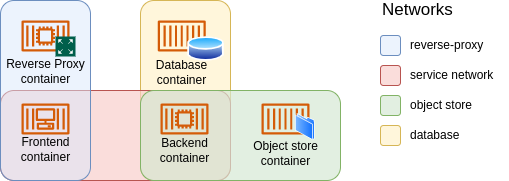
The draw.io diagram images/overlay-networks.png in mugartec/Swarm-Adventures, before a commit. Source tidied: cells renumbered, new cells last; positions are measured from the earlier drawing's top-left corner, leaving out a move shared by most shapes. Source of this version:
```xml
<mxGraphModel>
  <root>
    <mxCell id="0" />
    <mxCell id="1" parent="0" />
    <mxCell id="2" style="rounded=1;whiteSpace=wrap;html=1;fillColor=#fff2cc;strokeColor=#d6b656;fillOpacity=70;" parent="1" vertex="1">
      <mxGeometry x="140" width="90" height="180" as="geometry" />
    </mxCell>
    <mxCell id="3" style="rounded=1;whiteSpace=wrap;html=1;fillColor=#f8cecc;strokeColor=#b85450;fillOpacity=70;" parent="1" vertex="1">
      <mxGeometry y="90" width="230" height="90" as="geometry" />
    </mxCell>
    <mxCell id="4" style="group;" parent="1" vertex="1">
      <mxGeometry x="146.2" y="20" width="77.5" height="67" as="geometry" />
    </mxCell>
    <mxCell id="5" style="sketch=0;fontColor=#232F3E;gradientColor=none;fillColor=#D45B07;strokeColor=none;dashed=0;verticalLabelPosition=bottom;verticalAlign=top;align=center;html=1;fontSize=12;fontStyle=0;shape=mxgraph.aws4.container_1;" parent="4" vertex="1">
      <mxGeometry x="11" width="48" height="31" as="geometry" />
    </mxCell>
    <mxCell id="6" style="perimeter=ellipsePerimeter;html=1;align=center;shadow=0;dashed=0;spacingTop=3;image;image=img/lib/active_directory/database.svg;" parent="4" vertex="1">
      <mxGeometry x="41" y="15" width="36.5" height="27" as="geometry" />
    </mxCell>
    <mxCell id="7" value="Database&lt;br&gt;container" style="text;html=1;align=center;verticalAlign=middle;strokeColor=none;fillColor=none;" parent="4" vertex="1">
      <mxGeometry y="37" width="70" height="30" as="geometry" />
    </mxCell>
    <mxCell id="8" style="rounded=1;whiteSpace=wrap;html=1;fillColor=#dae8fc;strokeColor=#6c8ebf;fillOpacity=50;" parent="1" vertex="1">
      <mxGeometry width="90" height="180" as="geometry" />
    </mxCell>
    <mxCell id="9" style="group;fillOpacity=70;" parent="1" vertex="1">
      <mxGeometry y="20" width="90" height="66" as="geometry" />
    </mxCell>
    <mxCell id="10" style="sketch=0;fontColor=#232F3E;gradientColor=none;fillColor=#D45B07;strokeColor=none;dashed=0;verticalLabelPosition=bottom;verticalAlign=top;align=center;html=1;fontSize=12;fontStyle=0;shape=mxgraph.aws4.container_2;" parent="9" vertex="1">
      <mxGeometry x="21" width="48" height="31" as="geometry" />
    </mxCell>
    <mxCell id="11" style="sketch=0;shadow=0;dashed=0;html=1;strokeColor=none;fillColor=#005F4B;labelPosition=center;verticalLabelPosition=bottom;verticalAlign=top;align=center;shape=mxgraph.veeam2.network_proxy;" parent="9" vertex="1">
      <mxGeometry x="55" y="16" width="20" height="20" as="geometry" />
    </mxCell>
    <mxCell id="12" value="Reverse Proxy&lt;br&gt;container" style="text;html=1;align=center;verticalAlign=middle;strokeColor=none;fillColor=none;" parent="9" vertex="1">
      <mxGeometry y="36" width="90" height="30" as="geometry" />
    </mxCell>
    <mxCell id="13" style="group;" parent="1" vertex="1">
      <mxGeometry x="15" y="103" width="60" height="61" as="geometry" />
    </mxCell>
    <mxCell id="14" value="Frontend&lt;br&gt;container" style="text;html=1;align=center;verticalAlign=middle;strokeColor=none;fillColor=none;" parent="13" vertex="1">
      <mxGeometry y="31" width="60" height="30" as="geometry" />
    </mxCell>
    <mxCell id="15" style="sketch=0;fontColor=#232F3E;gradientColor=none;fillColor=#D45B07;strokeColor=none;dashed=0;verticalLabelPosition=bottom;verticalAlign=top;align=center;html=1;fontSize=12;fontStyle=0;shape=mxgraph.aws4.container_3;" parent="13" vertex="1">
      <mxGeometry x="6" width="48" height="31" as="geometry" />
    </mxCell>
    <mxCell id="16" style="rounded=1;whiteSpace=wrap;html=1;fillColor=#d5e8d4;strokeColor=#82b366;gradientColor=none;fillOpacity=70;" parent="1" vertex="1">
      <mxGeometry x="140" y="90" width="200" height="90" as="geometry" />
    </mxCell>
    <mxCell id="17" style="group;" parent="1" vertex="1">
      <mxGeometry x="154" y="103" width="60" height="62" as="geometry" />
    </mxCell>
    <mxCell id="18" value="Backend&lt;br&gt;container" style="text;html=1;align=center;verticalAlign=middle;strokeColor=none;fillColor=none;" parent="17" vertex="1">
      <mxGeometry y="32" width="60" height="30" as="geometry" />
    </mxCell>
    <mxCell id="19" style="sketch=0;fontColor=#232F3E;gradientColor=none;fillColor=#D45B07;strokeColor=none;dashed=0;verticalLabelPosition=bottom;verticalAlign=top;align=center;html=1;fontSize=12;fontStyle=0;shape=mxgraph.aws4.container_2;" parent="17" vertex="1">
      <mxGeometry x="6" width="48" height="31" as="geometry" />
    </mxCell>
    <mxCell id="20" style="group;" parent="1" vertex="1">
      <mxGeometry x="245" y="103" width="80" height="65" as="geometry" />
    </mxCell>
    <mxCell id="21" style="sketch=0;fontColor=#232F3E;gradientColor=none;fillColor=#D45B07;strokeColor=none;dashed=0;verticalLabelPosition=bottom;verticalAlign=top;align=center;html=1;fontSize=12;fontStyle=0;shape=mxgraph.aws4.container_1;" parent="20" vertex="1">
      <mxGeometry x="16" width="48" height="31" as="geometry" />
    </mxCell>
    <mxCell id="22" style="perimeter=ellipsePerimeter;html=1;align=center;shadow=0;dashed=0;spacingTop=3;image;image=img/lib/active_directory/folder.svg;" parent="20" vertex="1">
      <mxGeometry x="50" y="10" width="19.7" height="27" as="geometry" />
    </mxCell>
    <mxCell id="23" value="Object store&lt;br&gt;container" style="text;html=1;align=center;verticalAlign=middle;strokeColor=none;fillColor=none;" parent="20" vertex="1">
      <mxGeometry y="35" width="80" height="30" as="geometry" />
    </mxCell>
    <mxCell id="24" style="group;" parent="1" vertex="1">
      <mxGeometry x="380" y="35" width="128" height="110" as="geometry" />
    </mxCell>
    <mxCell id="25" style="rounded=1;whiteSpace=wrap;html=1;fillColor=#dae8fc;strokeColor=#6c8ebf;fillOpacity=50;" parent="24" vertex="1">
      <mxGeometry width="20" height="20" as="geometry" />
    </mxCell>
    <mxCell id="26" style="rounded=1;whiteSpace=wrap;html=1;fillColor=#f8cecc;strokeColor=#b85450;fillOpacity=70;" parent="24" vertex="1">
      <mxGeometry y="30" width="20" height="20" as="geometry" />
    </mxCell>
    <mxCell id="27" style="rounded=1;whiteSpace=wrap;html=1;fillColor=#d5e8d4;strokeColor=#82b366;gradientColor=none;fillOpacity=70;" parent="24" vertex="1">
      <mxGeometry y="60" width="20" height="20" as="geometry" />
    </mxCell>
    <mxCell id="28" style="rounded=1;whiteSpace=wrap;html=1;fillColor=#fff2cc;strokeColor=#d6b656;fillOpacity=70;" parent="24" vertex="1">
      <mxGeometry y="90" width="20" height="20" as="geometry" />
    </mxCell>
    <mxCell id="29" value="reverse-proxy" style="text;html=1;align=left;verticalAlign=middle;strokeColor=none;fillColor=none;" parent="24" vertex="1">
      <mxGeometry x="28" width="90" height="20" as="geometry" />
    </mxCell>
    <mxCell id="30" value="service network" style="text;html=1;align=left;verticalAlign=middle;strokeColor=none;fillColor=none;" parent="24" vertex="1">
      <mxGeometry x="28" y="30" width="100" height="20" as="geometry" />
    </mxCell>
    <mxCell id="31" value="object store" style="text;html=1;align=left;verticalAlign=middle;strokeColor=none;fillColor=none;" parent="24" vertex="1">
      <mxGeometry x="28" y="60" width="80" height="20" as="geometry" />
    </mxCell>
    <mxCell id="32" value="database" style="text;html=1;align=left;verticalAlign=middle;strokeColor=none;fillColor=none;" parent="24" vertex="1">
      <mxGeometry x="28" y="90" width="60" height="20" as="geometry" />
    </mxCell>
    <mxCell id="33" value="&lt;font style=&quot;font-size: 17px&quot;&gt;Networks&lt;/font&gt;" style="text;html=1;align=left;verticalAlign=middle;strokeColor=none;fillColor=none;" parent="1" vertex="1">
      <mxGeometry x="380" width="90" height="20" as="geometry" />
    </mxCell>
  </root>
</mxGraphModel>
```
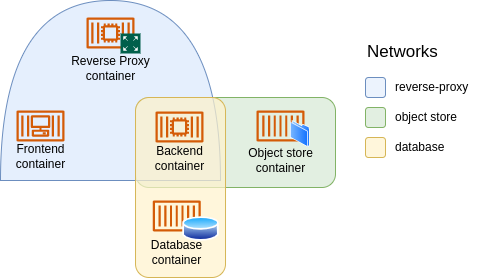
After the commit.

Commit message:
Refactor on overlay networks

What changed in the source:
```diff
@@ -2,29 +2,26 @@
   <root>
     <mxCell id="0" />
     <mxCell id="1" parent="0" />
+    <mxCell id="16" style="rounded=1;whiteSpace=wrap;html=1;fillColor=#d5e8d4;strokeColor=#82b366;gradientColor=none;fillOpacity=70;" parent="1" vertex="1">
+      <mxGeometry x="140" y="90" width="200" height="90" as="geometry" />
+    </mxCell>
+    <mxCell id="13" style="group;" parent="1" vertex="1">
+      <mxGeometry x="15" y="103" width="190" height="90" as="geometry" />
+    </mxCell>
+    <mxCell id="34" style="shape=or;whiteSpace=wrap;html=1;fontSize=17;fillColor=#dae8fc;rotation=-90;strokeColor=#6c8ebf;fillOpacity=70;" parent="13" vertex="1">
+      <mxGeometry x="10" y="-130" width="180" height="220" as="geometry" />
+    </mxCell>
+    <mxCell id="14" value="Frontend&lt;br&gt;container" style="text;html=1;align=center;verticalAlign=middle;strokeColor=none;fillColor=none;" parent="13" vertex="1">
+      <mxGeometry y="31" width="60" height="30" as="geometry" />
+    </mxCell>
+    <mxCell id="15" style="sketch=0;fontColor=#232F3E;gradientColor=none;fillColor=#D45B07;strokeColor=none;dashed=0;verticalLabelPosition=bottom;verticalAlign=top;align=center;html=1;fontSize=12;fontStyle=0;shape=mxgraph.aws4.container_3;" parent="13" vertex="1">
+      <mxGeometry x="6" width="48" height="31" as="geometry" />
+    </mxCell>
     <mxCell id="2" style="rounded=1;whiteSpace=wrap;html=1;fillColor=#fff2cc;strokeColor=#d6b656;fillOpacity=70;" parent="1" vertex="1">
-      <mxGeometry x="140" width="90" height="180" as="geometry" />
+      <mxGeometry x="140" y="90" width="90" height="180" as="geometry" />
     </mxCell>
-    <mxCell id="3" style="rounded=1;whiteSpace=wrap;html=1;fillColor=#f8cecc;strokeColor=#b85450;fillOpacity=70;" parent="1" vertex="1">
-      <mxGeometry y="90" width="230" height="90" as="geometry" />
-    </mxCell>
-    <mxCell id="4" style="group;" parent="1" vertex="1">
-      <mxGeometry x="146.2" y="20" width="77.5" height="67" as="geometry" />
-    </mxCell>
-    <mxCell id="5" style="sketch=0;fontColor=#232F3E;gradientColor=none;fillColor=#D45B07;strokeColor=none;dashed=0;verticalLabelPosition=bottom;verticalAlign=top;align=center;html=1;fontSize=12;fontStyle=0;shape=mxgraph.aws4.container_1;" parent="4" vertex="1">
-      <mxGeometry x="11" width="48" height="31" as="geometry" />
-    </mxCell>
-    <mxCell id="6" style="perimeter=ellipsePerimeter;html=1;align=center;shadow=0;dashed=0;spacingTop=3;image;image=img/lib/active_directory/database.svg;" parent="4" vertex="1">
-      <mxGeometry x="41" y="15" width="36.5" height="27" as="geometry" />
-    </mxCell>
-    <mxCell id="7" value="Database&lt;br&gt;container" style="text;html=1;align=center;verticalAlign=middle;strokeColor=none;fillColor=none;" parent="4" vertex="1">
-      <mxGeometry y="37" width="70" height="30" as="geometry" />
-    </mxCell>
-    <mxCell id="8" style="rounded=1;whiteSpace=wrap;html=1;fillColor=#dae8fc;strokeColor=#6c8ebf;fillOpacity=50;" parent="1" vertex="1">
-      <mxGeometry width="90" height="180" as="geometry" />
-    </mxCell>
     <mxCell id="9" style="group;fillOpacity=70;" parent="1" vertex="1">
-      <mxGeometry y="20" width="90" height="66" as="geometry" />
+      <mxGeometry x="70" y="10" width="90" height="66" as="geometry" />
     </mxCell>
     <mxCell id="10" style="sketch=0;fontColor=#232F3E;gradientColor=none;fillColor=#D45B07;strokeColor=none;dashed=0;verticalLabelPosition=bottom;verticalAlign=top;align=center;html=1;fontSize=12;fontStyle=0;shape=mxgraph.aws4.container_2;" parent="9" vertex="1">
       <mxGeometry x="21" width="48" height="31" as="geometry" />
@@ -35,27 +32,6 @@
     <mxCell id="12" value="Reverse Proxy&lt;br&gt;container" style="text;html=1;align=center;verticalAlign=middle;strokeColor=none;fillColor=none;" parent="9" vertex="1">
       <mxGeometry y="36" width="90" height="30" as="geometry" />
     </mxCell>
-    <mxCell id="13" style="group;" parent="1" vertex="1">
-      <mxGeometry x="15" y="103" width="60" height="61" as="geometry" />
-    </mxCell>
-    <mxCell id="14" value="Frontend&lt;br&gt;container" style="text;html=1;align=center;verticalAlign=middle;strokeColor=none;fillColor=none;" parent="13" vertex="1">
-      <mxGeometry y="31" width="60" height="30" as="geometry" />
-    </mxCell>
-    <mxCell id="15" style="sketch=0;fontColor=#232F3E;gradientColor=none;fillColor=#D45B07;strokeColor=none;dashed=0;verticalLabelPosition=bottom;verticalAlign=top;align=center;html=1;fontSize=12;fontStyle=0;shape=mxgraph.aws4.container_3;" parent="13" vertex="1">
-      <mxGeometry x="6" width="48" height="31" as="geometry" />
-    </mxCell>
-    <mxCell id="16" style="rounded=1;whiteSpace=wrap;html=1;fillColor=#d5e8d4;strokeColor=#82b366;gradientColor=none;fillOpacity=70;" parent="1" vertex="1">
-      <mxGeometry x="140" y="90" width="200" height="90" as="geometry" />
-    </mxCell>
-    <mxCell id="17" style="group;" parent="1" vertex="1">
-      <mxGeometry x="154" y="103" width="60" height="62" as="geometry" />
-    </mxCell>
-    <mxCell id="18" value="Backend&lt;br&gt;container" style="text;html=1;align=center;verticalAlign=middle;strokeColor=none;fillColor=none;" parent="17" vertex="1">
-      <mxGeometry y="32" width="60" height="30" as="geometry" />
-    </mxCell>
-    <mxCell id="19" style="sketch=0;fontColor=#232F3E;gradientColor=none;fillColor=#D45B07;strokeColor=none;dashed=0;verticalLabelPosition=bottom;verticalAlign=top;align=center;html=1;fontSize=12;fontStyle=0;shape=mxgraph.aws4.container_2;" parent="17" vertex="1">
-      <mxGeometry x="6" width="48" height="31" as="geometry" />
-    </mxCell>
     <mxCell id="20" style="group;" parent="1" vertex="1">
       <mxGeometry x="245" y="103" width="80" height="65" as="geometry" />
     </mxCell>
@@ -69,34 +45,49 @@
       <mxGeometry y="35" width="80" height="30" as="geometry" />
     </mxCell>
     <mxCell id="24" style="group;" parent="1" vertex="1">
-      <mxGeometry x="380" y="35" width="128" height="110" as="geometry" />
+      <mxGeometry x="370" y="70" width="128" height="110" as="geometry" />
     </mxCell>
     <mxCell id="25" style="rounded=1;whiteSpace=wrap;html=1;fillColor=#dae8fc;strokeColor=#6c8ebf;fillOpacity=50;" parent="24" vertex="1">
       <mxGeometry width="20" height="20" as="geometry" />
     </mxCell>
-    <mxCell id="26" style="rounded=1;whiteSpace=wrap;html=1;fillColor=#f8cecc;strokeColor=#b85450;fillOpacity=70;" parent="24" vertex="1">
-      <mxGeometry y="30" width="20" height="20" as="geometry" />
-    </mxCell>
     <mxCell id="27" style="rounded=1;whiteSpace=wrap;html=1;fillColor=#d5e8d4;strokeColor=#82b366;gradientColor=none;fillOpacity=70;" parent="24" vertex="1">
-      <mxGeometry y="60" width="20" height="20" as="geometry" />
+      <mxGeometry y="30" width="20" height="20" as="geometry" />
     </mxCell>
     <mxCell id="28" style="rounded=1;whiteSpace=wrap;html=1;fillColor=#fff2cc;strokeColor=#d6b656;fillOpacity=70;" parent="24" vertex="1">
-      <mxGeometry y="90" width="20" height="20" as="geometry" />
+      <mxGeometry y="60" width="20" height="20" as="geometry" />
     </mxCell>
     <mxCell id="29" value="reverse-proxy" style="text;html=1;align=left;verticalAlign=middle;strokeColor=none;fillColor=none;" parent="24" vertex="1">
       <mxGeometry x="28" width="90" height="20" as="geometry" />
     </mxCell>
-    <mxCell id="30" value="service network" style="text;html=1;align=left;verticalAlign=middle;strokeColor=none;fillColor=none;" parent="24" vertex="1">
-      <mxGeometry x="28" y="30" width="100" height="20" as="geometry" />
-    </mxCell>
     <mxCell id="31" value="object store" style="text;html=1;align=left;verticalAlign=middle;strokeColor=none;fillColor=none;" parent="24" vertex="1">
-      <mxGeometry x="28" y="60" width="80" height="20" as="geometry" />
+      <mxGeometry x="28" y="30" width="80" height="20" as="geometry" />
     </mxCell>
     <mxCell id="32" value="database" style="text;html=1;align=left;verticalAlign=middle;strokeColor=none;fillColor=none;" parent="24" vertex="1">
-      <mxGeometry x="28" y="90" width="60" height="20" as="geometry" />
+      <mxGeometry x="28" y="60" width="60" height="20" as="geometry" />
     </mxCell>
     <mxCell id="33" value="&lt;font style=&quot;font-size: 17px&quot;&gt;Networks&lt;/font&gt;" style="text;html=1;align=left;verticalAlign=middle;strokeColor=none;fillColor=none;" parent="1" vertex="1">
-      <mxGeometry x="380" width="90" height="20" as="geometry" />
+      <mxGeometry x="370" y="35" width="90" height="20" as="geometry" />
     </mxCell>
+    <mxCell id="35" style="group;" parent="1" vertex="1">
+      <mxGeometry x="146.3" y="193" width="77.5" height="67" as="geometry" />
+    </mxCell>
+    <mxCell id="5" style="sketch=0;fontColor=#232F3E;gradientColor=none;fillColor=#D45B07;strokeColor=none;dashed=0;verticalLabelPosition=bottom;verticalAlign=top;align=center;html=1;fontSize=12;fontStyle=0;shape=mxgraph.aws4.container_1;" parent="35" vertex="1">
+      <mxGeometry x="11" width="48" height="31" as="geometry" />
+    </mxCell>
+    <mxCell id="6" style="perimeter=ellipsePerimeter;html=1;align=center;shadow=0;dashed=0;spacingTop=3;image;image=img/lib/active_directory/database.svg;" parent="35" vertex="1">
+      <mxGeometry x="41" y="15" width="36.5" height="27" as="geometry" />
+    </mxCell>
+    <mxCell id="7" value="Database&lt;br&gt;container" style="text;html=1;align=center;verticalAlign=middle;strokeColor=none;fillColor=none;" parent="35" vertex="1">
+      <mxGeometry y="37" width="70" height="30" as="geometry" />
+    </mxCell>
+    <mxCell id="36" style="group;" parent="1" vertex="1">
+      <mxGeometry x="154" y="104" width="60" height="62" as="geometry" />
+    </mxCell>
+    <mxCell id="18" value="Backend&lt;br&gt;container" style="text;html=1;align=center;verticalAlign=middle;strokeColor=none;fillColor=none;" parent="36" vertex="1">
+      <mxGeometry y="32" width="60" height="30" as="geometry" />
+    </mxCell>
+    <mxCell id="19" style="sketch=0;fontColor=#232F3E;gradientColor=none;fillColor=#D45B07;strokeColor=none;dashed=0;verticalLabelPosition=bottom;verticalAlign=top;align=center;html=1;fontSize=12;fontStyle=0;shape=mxgraph.aws4.container_2;" parent="36" vertex="1">
+      <mxGeometry x="6" width="48" height="31" as="geometry" />
+    </mxCell>
   </root>
 </mxGraphModel>
```
